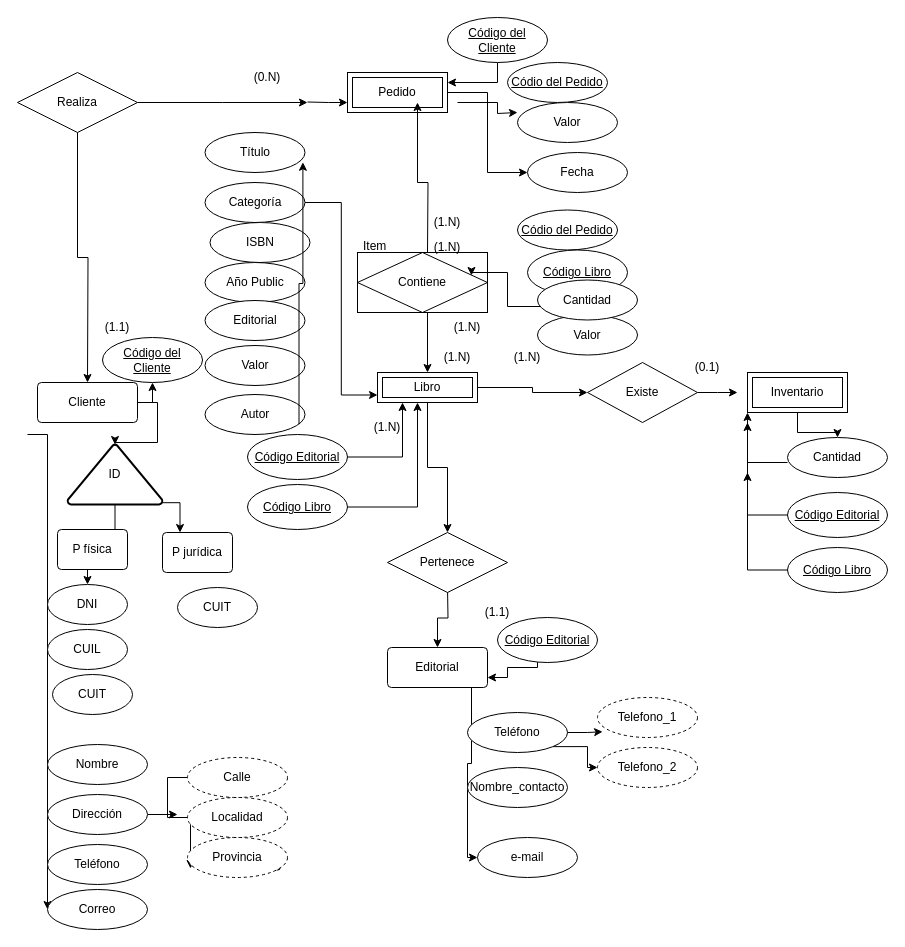
The draw.io diagram db/modelo.drawio in Sergio-Tolaba/ds_ej, before the edit. Source tidied: cells renumbered, new cells numbered last; positions are measured from the earlier drawing's top-left corner, leaving out a move shared by most shapes. Both pictures are drawn from the tidied source at 100%, with x=0, y=0 at pixel (17, 17).
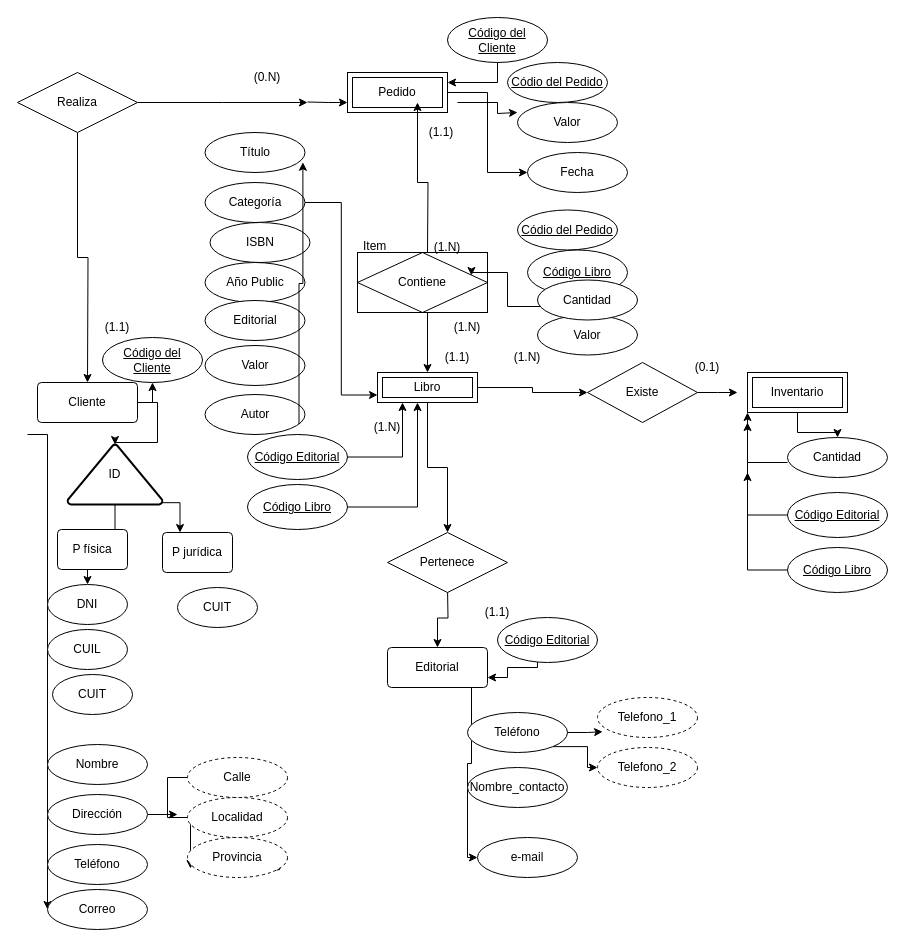
After the change.

Commit message:
Pedido-Libro, cardinalidad(1.1)Actualizar modelo.drawio

What changed in the source:
```diff
@@
-    <mxCell id="23" value="(1.N)" style="text;html=1;align=center;verticalAlign=middle;whiteSpace=wrap;rounded=0;" parent="1" vertex="1">
-      <mxGeometry x="400" y="195" width="60" height="20" as="geometry" />
+    <mxCell id="23" value="(1.1)" style="text;html=1;align=center;verticalAlign=middle;whiteSpace=wrap;rounded=0;" parent="1" vertex="1">
+      <mxGeometry x="394" y="105" width="60" height="20" as="geometry" />
     </mxCell>
@@
-    <mxCell id="39" value="(1.N)" style="text;html=1;align=center;verticalAlign=middle;whiteSpace=wrap;rounded=0;" parent="1" vertex="1">
+    <mxCell id="39" value="(1.1)" style="text;html=1;align=center;verticalAlign=middle;whiteSpace=wrap;rounded=0;" parent="1" vertex="1">
       <mxGeometry x="410" y="325" width="60" height="30" as="geometry" />
     </mxCell>
```
